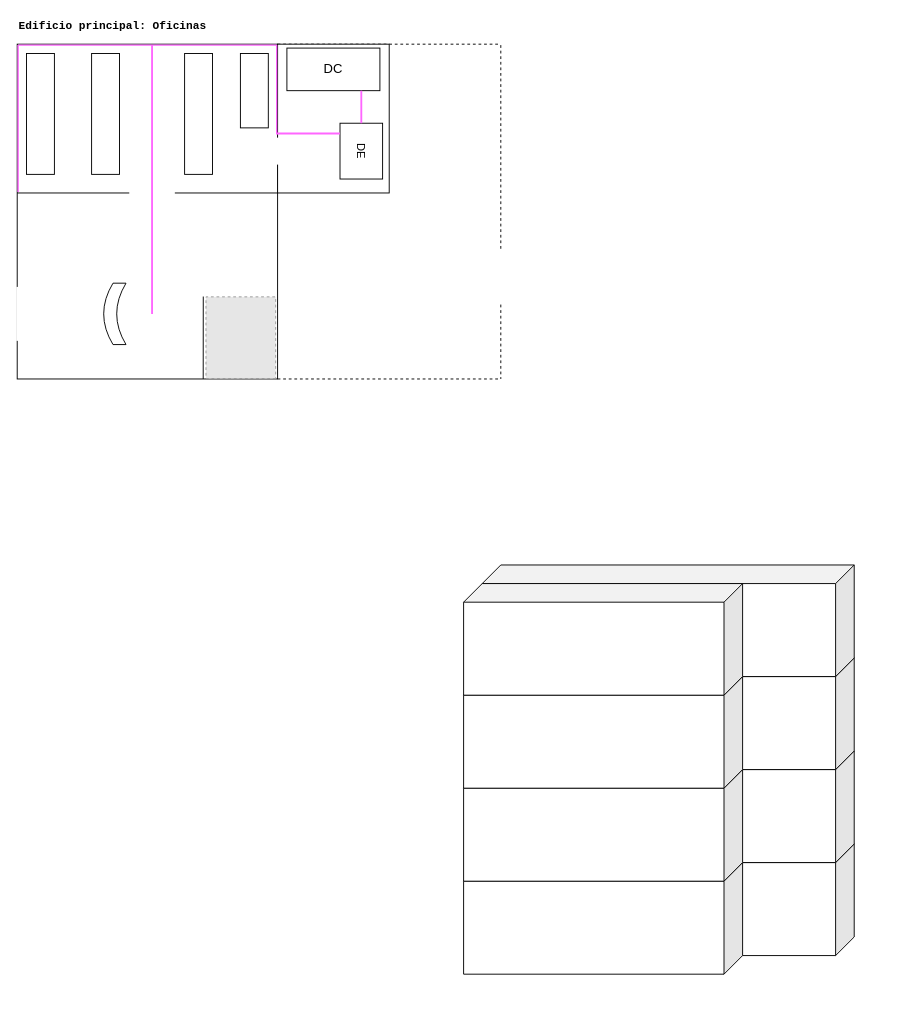
The draw.io diagram SMRL_Detalle_Edificio_Principal.drawio in cnrxad/smrl-draw.io, before the edit. Source tidied: cells renumbered, new cells numbered last; positions are measured from the earlier drawing's top-left corner, leaving out a move shared by most shapes. Both pictures are drawn from the tidied source at 93%, with x=0, y=0 at pixel (7, 16). Pictures stored in the file or linked from it are replaced by grey dashed boxes.
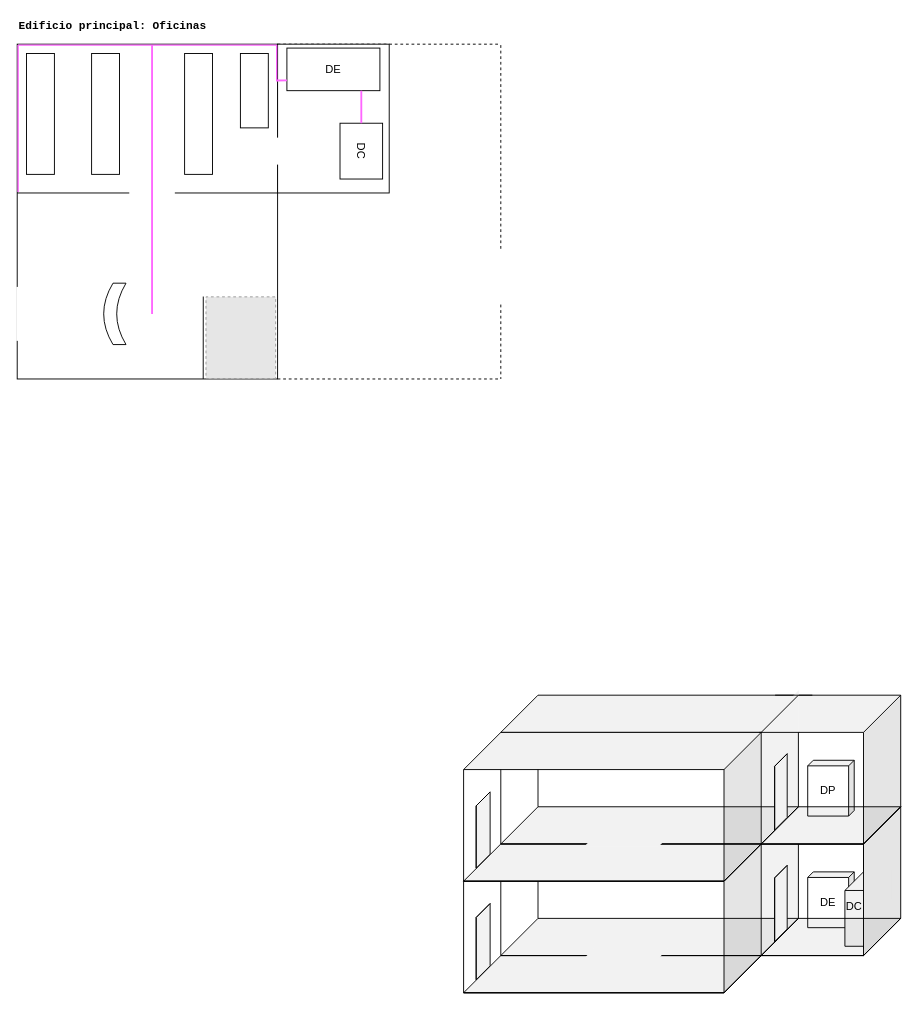
The same page after the edit.

Change to the diagram source:
```diff
@@
-    <mxCell id="2" style="shape=cube;whiteSpace=wrap;html=1;boundedLbl=1;backgroundOutline=1;darkOpacity=0.05;darkOpacity2=0.1;size=20;direction=east;flipV=0;flipH=1;" parent="1" vertex="1">
-      <mxGeometry x="510" y="890" width="400" height="120" as="geometry" />
+    <mxCell id="2" style="shape=cube;whiteSpace=wrap;html=1;boundedLbl=1;backgroundOutline=1;darkOpacity=0.05;darkOpacity2=0.1;size=40;direction=east;flipV=0;flipH=1;" parent="1" vertex="1">
+      <mxGeometry x="530" y="850" width="430" height="160" as="geometry" />
     </mxCell>
-    <mxCell id="3" style="shape=cube;whiteSpace=wrap;html=1;boundedLbl=1;backgroundOutline=1;darkOpacity=0.05;darkOpacity2=0.1;size=20;direction=east;flipV=0;flipH=1;" parent="1" vertex="1">
-      <mxGeometry x="510" y="790" width="400" height="120" as="geometry" />
-    </mxCell>
-    <mxCell id="4" style="shape=cube;whiteSpace=wrap;html=1;boundedLbl=1;backgroundOutline=1;darkOpacity=0.05;darkOpacity2=0.1;size=20;direction=east;flipV=0;flipH=1;" parent="1" vertex="1">
-      <mxGeometry x="510" y="690" width="400" height="120" as="geometry" />
-    </mxCell>
+    <mxCell id="37" style="shape=cube;whiteSpace=wrap;html=1;boundedLbl=1;backgroundOutline=1;darkOpacity=0.05;darkOpacity2=0.1;size=40;direction=west;flipV=0;flipH=0;fillColor=default;rotation=-90;convertToSvg=0;labelBorderColor=none;labelBackgroundColor=none;strokeColor=none;" parent="1" vertex="1">
+      <mxGeometry x="747.5" y="907.5" width="166" height="40" as="geometry" />
+    </mxCell>
+    <mxCell id="38" value="DE" style="shape=cube;whiteSpace=wrap;html=1;boundedLbl=1;backgroundOutline=1;darkOpacity=0.05;darkOpacity2=0.1;flipH=1;size=6;convertToSvg=0;textShadow=0;" parent="1" vertex="1">
+      <mxGeometry x="860" y="920" width="50" height="60" as="geometry" />
+    </mxCell>
+    <mxCell id="39" style="rounded=0;whiteSpace=wrap;html=1;fillColor=#F2F2F2;strokeColor=none;" parent="1" vertex="1">
+      <mxGeometry x="900" y="940" width="20" height="60" as="geometry" />
+    </mxCell>
+    <mxCell id="40" style="shape=cube;whiteSpace=wrap;html=1;boundedLbl=1;backgroundOutline=1;darkOpacity=0.05;darkOpacity2=0.1;flipH=1;size=30;convertToSvg=0;textShadow=0;fillColor=default;strokeColor=none;" parent="1" vertex="1">
+      <mxGeometry x="900" y="920" width="40" height="20" as="geometry" />
+    </mxCell>
+    <mxCell id="41" style="rounded=0;whiteSpace=wrap;html=1;fillColor=#E5E5E5;strokeColor=none;" parent="1" vertex="1">
+      <mxGeometry x="920" y="917.5" width="30" height="32.5" as="geometry" />
+    </mxCell>
@@
-    <mxCell id="12" value="&lt;font style=&quot;font-size: 14px;&quot;&gt;DC&lt;/font&gt;" style="rounded=0;whiteSpace=wrap;html=1;glass=0;shadow=0;" parent="1" vertex="1">
+    <mxCell id="12" value="DE" style="rounded=0;whiteSpace=wrap;html=1;glass=0;shadow=0;" parent="1" vertex="1">
       <mxGeometry x="300" y="34.2" width="100" height="45.8" as="geometry" />
     </mxCell>
     <mxCell id="13" style="endArrow=none;html=1;rounded=0;strokeColor=light-dark(#FF66FF,#FF66FF);strokeWidth=1.5;" parent="1" edge="1">
       <mxGeometry relative="1" as="geometry">
         <mxPoint x="289" y="31" as="sourcePoint" />
-        <mxPoint x="289" y="127" as="targetPoint" />
+        <mxPoint x="289" y="70" as="targetPoint" />
       </mxGeometry>
     </mxCell>
@@
-    <mxCell id="23" value="DE" style="rounded=0;whiteSpace=wrap;html=1;glass=0;shadow=0;rotation=90;" parent="1" vertex="1">
+    <mxCell id="23" value="DC" style="rounded=0;whiteSpace=wrap;html=1;glass=0;shadow=0;rotation=90;" parent="1" vertex="1">
       <mxGeometry x="350" y="122.1" width="60" height="45.8" as="geometry" />
     </mxCell>
@@
     <mxCell id="31" style="endArrow=none;html=1;rounded=0;strokeColor=light-dark(#FF66FF,#FF66FF);endSize=6;startSize=6;sourcePerimeterSpacing=0;strokeWidth=2;" parent="1" edge="1">
       <mxGeometry relative="1" as="geometry">
-        <mxPoint x="289" y="126.1" as="sourcePoint" />
-        <mxPoint x="357" y="126" as="targetPoint" />
+        <mxPoint x="289" y="69.1" as="sourcePoint" />
+        <mxPoint x="300" y="69" as="targetPoint" />
       </mxGeometry>
     </mxCell>
-    <mxCell id="32" style="shape=cube;whiteSpace=wrap;html=1;boundedLbl=1;backgroundOutline=1;darkOpacity=0.05;darkOpacity2=0.1;size=20;direction=east;flipV=0;flipH=1;" parent="1" vertex="1">
-      <mxGeometry x="490" y="910" width="300" height="120" as="geometry" />
+    <mxCell id="32" style="shape=cube;whiteSpace=wrap;html=1;boundedLbl=1;backgroundOutline=1;darkOpacity=0.05;darkOpacity2=0.1;size=40;direction=east;flipV=0;flipH=1;" parent="1" vertex="1">
+      <mxGeometry x="490" y="890" width="320" height="160" as="geometry" />
     </mxCell>
-    <mxCell id="33" style="shape=cube;whiteSpace=wrap;html=1;boundedLbl=1;backgroundOutline=1;darkOpacity=0.05;darkOpacity2=0.1;size=20;direction=east;flipV=0;flipH=1;" parent="1" vertex="1">
-      <mxGeometry x="490" y="810" width="300" height="120" as="geometry" />
-    </mxCell>
-    <mxCell id="34" style="shape=cube;whiteSpace=wrap;html=1;boundedLbl=1;backgroundOutline=1;darkOpacity=0.05;darkOpacity2=0.1;size=20;direction=east;flipV=0;flipH=1;" parent="1" vertex="1">
-      <mxGeometry x="490" y="710" width="300" height="120" as="geometry" />
-    </mxCell>
-    <mxCell id="35" style="shape=cube;whiteSpace=wrap;html=1;boundedLbl=1;backgroundOutline=1;darkOpacity=0.05;darkOpacity2=0.1;size=20;direction=east;flipV=0;flipH=1;" parent="1" vertex="1">
-      <mxGeometry x="510" y="590" width="400" height="120" as="geometry" />
-    </mxCell>
-    <mxCell id="36" style="shape=cube;whiteSpace=wrap;html=1;boundedLbl=1;backgroundOutline=1;darkOpacity=0.05;darkOpacity2=0.1;size=20;direction=east;flipV=0;flipH=1;" parent="1" vertex="1">
-      <mxGeometry x="490" y="610" width="300" height="120" as="geometry" />
-    </mxCell>
+    <mxCell id="42" style="shape=cube;whiteSpace=wrap;html=1;boundedLbl=1;backgroundOutline=1;darkOpacity=0.05;darkOpacity2=0.1;size=40;direction=east;flipV=0;flipH=1;fillColor=none;strokeColor=default;" parent="1" vertex="1">
+      <mxGeometry x="490" y="1010" width="320" height="40" as="geometry" />
+    </mxCell>
+    <mxCell id="43" style="shape=cube;whiteSpace=wrap;html=1;boundedLbl=1;backgroundOutline=1;darkOpacity=0.05;darkOpacity2=0.1;size=40;direction=east;flipV=0;flipH=1;fillColor=none;strokeColor=default;" parent="1" vertex="1">
+      <mxGeometry x="530" y="970" width="320" height="40" as="geometry" />
+    </mxCell>
+    <mxCell id="44" style="endArrow=none;html=1;rounded=0;entryX=0.875;entryY=0.25;entryDx=0;entryDy=0;entryPerimeter=0;" parent="1" edge="1" target="32">
+      <mxGeometry relative="1" as="geometry">
+        <mxPoint x="530" y="1010" as="sourcePoint" />
+      </mxGeometry>
+    </mxCell>
+    <mxCell id="45" style="endArrow=none;html=1;rounded=0;entryX=0.75;entryY=0.25;entryDx=0;entryDy=0;entryPerimeter=0;" parent="1" edge="1" target="32">
+      <mxGeometry relative="1" as="geometry">
+        <mxPoint x="570" y="970" as="sourcePoint" />
+      </mxGeometry>
+    </mxCell>
+    <mxCell id="46" style="endArrow=none;html=1;rounded=0;" parent="1" edge="1">
+      <mxGeometry relative="1" as="geometry">
+        <mxPoint x="850" y="970" as="sourcePoint" />
+        <mxPoint x="850" y="890" as="targetPoint" />
+      </mxGeometry>
+    </mxCell>
+    <mxCell id="47" style="shape=cube;whiteSpace=wrap;html=1;boundedLbl=1;backgroundOutline=1;darkOpacity=0.05;darkOpacity2=0.1;size=40;direction=east;flipV=0;flipH=1;fillColor=none;" parent="1" vertex="1">
+      <mxGeometry x="810" y="970" width="150" height="40" as="geometry" />
+    </mxCell>
+    <mxCell id="48" style="endArrow=none;html=1;rounded=0;" parent="1" edge="1">
+      <mxGeometry relative="1" as="geometry">
+        <mxPoint x="825" y="850" as="sourcePoint" />
+        <mxPoint x="865" y="850" as="targetPoint" />
+      </mxGeometry>
+    </mxCell>
+    <mxCell id="49" style="endArrow=none;html=1;rounded=0;" parent="1" edge="1">
+      <mxGeometry relative="1" as="geometry">
+        <mxPoint x="810" y="890" as="sourcePoint" />
+        <mxPoint x="850" y="850" as="targetPoint" />
+      </mxGeometry>
+    </mxCell>
+    <mxCell id="50" style="endArrow=none;html=1;rounded=0;" parent="1" edge="1">
+      <mxGeometry relative="1" as="geometry">
+        <mxPoint x="851" y="890" as="sourcePoint" />
+        <mxPoint x="808" y="890" as="targetPoint" />
+      </mxGeometry>
+    </mxCell>
+    <mxCell id="51" style="shape=cube;whiteSpace=wrap;html=1;boundedLbl=1;backgroundOutline=1;darkOpacity=0.05;darkOpacity2=0.1;size=40;direction=west;flipV=0;flipH=0;fillColor=default;rotation=-90;convertToSvg=0;labelBorderColor=none;labelBackgroundColor=none;strokeColor=default;" parent="1" vertex="1">
+      <mxGeometry x="470" y="987.5" width="82" height="15" as="geometry" />
+    </mxCell>
+    <mxCell id="52" style="shape=cube;whiteSpace=wrap;html=1;boundedLbl=1;backgroundOutline=1;darkOpacity=0.05;darkOpacity2=0.1;size=40;direction=west;flipV=0;flipH=0;fillColor=default;rotation=-90;convertToSvg=0;labelBorderColor=none;labelBackgroundColor=none;strokeColor=default;" parent="1" vertex="1">
+      <mxGeometry x="790.2" y="947.2" width="82" height="13.5" as="geometry" />
+    </mxCell>
+    <mxCell id="53" style="shape=cube;whiteSpace=wrap;html=1;boundedLbl=1;backgroundOutline=1;darkOpacity=0.05;darkOpacity2=0.1;size=40;direction=east;flipV=0;flipH=1;fillColor=default;strokeColor=none;fillStyle=solid;gradientColor=none;shadow=0;" parent="1" vertex="1">
+      <mxGeometry x="620" y="1002.5" width="90" height="10" as="geometry" />
+    </mxCell>
+    <mxCell id="54" style="group;" parent="1" vertex="1">
+      <mxGeometry x="900" y="920" width="40" height="80" as="geometry" />
+    </mxCell>
+    <mxCell id="55" style="endArrow=none;html=1;rounded=0;" parent="54" edge="1">
+      <mxGeometry relative="1" as="geometry">
+        <mxPoint y="20" as="sourcePoint" />
+        <mxPoint x="20" as="targetPoint" />
+      </mxGeometry>
+    </mxCell>
+    <mxCell id="56" style="endArrow=none;html=1;rounded=0;" parent="54" edge="1">
+      <mxGeometry relative="1" as="geometry">
+        <mxPoint y="80" as="sourcePoint" />
+        <mxPoint y="20" as="targetPoint" />
+      </mxGeometry>
+    </mxCell>
+    <mxCell id="57" style="endArrow=none;html=1;rounded=0;" parent="54" edge="1">
+      <mxGeometry relative="1" as="geometry">
+        <mxPoint y="20" as="sourcePoint" />
+        <mxPoint x="20" y="20" as="targetPoint" />
+      </mxGeometry>
+    </mxCell>
+    <mxCell id="58" style="endArrow=none;html=1;rounded=0;" parent="54" edge="1">
+      <mxGeometry relative="1" as="geometry">
+        <mxPoint y="80" as="sourcePoint" />
+        <mxPoint x="20" y="80" as="targetPoint" />
+      </mxGeometry>
+    </mxCell>
+    <mxCell id="59" value="DC" style="text;html=1;whiteSpace=wrap;strokeColor=none;fillColor=none;align=center;verticalAlign=middle;rounded=0;" parent="54" vertex="1">
+      <mxGeometry x="-20" y="23" width="60" height="30" as="geometry" />
+    </mxCell>
+    <mxCell id="60" style="endArrow=none;html=1;rounded=0;exitX=0;exitY=0;exitDx=40;exitDy=40;exitPerimeter=0;" parent="1" edge="1">
+      <mxGeometry relative="1" as="geometry">
+        <mxPoint x="920" y="1002.5" as="sourcePoint" />
+        <mxPoint x="920" y="892.5" as="targetPoint" />
+      </mxGeometry>
+    </mxCell>
+    <mxCell id="61" style="shape=cube;whiteSpace=wrap;html=1;boundedLbl=1;backgroundOutline=1;darkOpacity=0.05;darkOpacity2=0.1;size=40;direction=east;flipV=0;flipH=1;" parent="1" vertex="1">
+      <mxGeometry x="530" y="730" width="430" height="160" as="geometry" />
+    </mxCell>
+    <mxCell id="62" style="shape=cube;whiteSpace=wrap;html=1;boundedLbl=1;backgroundOutline=1;darkOpacity=0.05;darkOpacity2=0.1;size=40;direction=west;flipV=0;flipH=0;fillColor=default;rotation=-90;convertToSvg=0;labelBorderColor=none;labelBackgroundColor=none;strokeColor=none;" parent="1" vertex="1">
+      <mxGeometry x="747.5" y="787.5" width="166" height="40" as="geometry" />
+    </mxCell>
+    <mxCell id="63" value="&lt;div&gt;DP&lt;/div&gt;" style="shape=cube;whiteSpace=wrap;html=1;boundedLbl=1;backgroundOutline=1;darkOpacity=0.05;darkOpacity2=0.1;flipH=1;size=6;convertToSvg=0;textShadow=0;" parent="1" vertex="1">
+      <mxGeometry x="860" y="800" width="50" height="60" as="geometry" />
+    </mxCell>
+    <mxCell id="64" style="shape=cube;whiteSpace=wrap;html=1;boundedLbl=1;backgroundOutline=1;darkOpacity=0.05;darkOpacity2=0.1;size=40;direction=east;flipV=0;flipH=1;" parent="1" vertex="1">
+      <mxGeometry x="490" y="770" width="320" height="160" as="geometry" />
+    </mxCell>
+    <mxCell id="65" style="shape=cube;whiteSpace=wrap;html=1;boundedLbl=1;backgroundOutline=1;darkOpacity=0.05;darkOpacity2=0.1;size=40;direction=east;flipV=0;flipH=1;fillColor=none;strokeColor=default;" parent="1" vertex="1">
+      <mxGeometry x="490" y="890" width="320" height="40" as="geometry" />
+    </mxCell>
+    <mxCell id="66" style="shape=cube;whiteSpace=wrap;html=1;boundedLbl=1;backgroundOutline=1;darkOpacity=0.05;darkOpacity2=0.1;size=40;direction=east;flipV=0;flipH=1;fillColor=none;strokeColor=default;" parent="1" vertex="1">
+      <mxGeometry x="530" y="850" width="320" height="40" as="geometry" />
+    </mxCell>
+    <mxCell id="67" style="endArrow=none;html=1;rounded=0;entryX=0.875;entryY=0.25;entryDx=0;entryDy=0;entryPerimeter=0;" parent="1" edge="1" target="64">
+      <mxGeometry relative="1" as="geometry">
+        <mxPoint x="530" y="890" as="sourcePoint" />
+      </mxGeometry>
+    </mxCell>
+    <mxCell id="68" style="endArrow=none;html=1;rounded=0;entryX=0.75;entryY=0.25;entryDx=0;entryDy=0;entryPerimeter=0;" parent="1" edge="1" target="64">
+      <mxGeometry relative="1" as="geometry">
+        <mxPoint x="570" y="850" as="sourcePoint" />
+      </mxGeometry>
+    </mxCell>
+    <mxCell id="69" style="endArrow=none;html=1;rounded=0;" parent="1" edge="1">
+      <mxGeometry relative="1" as="geometry">
+        <mxPoint x="850" y="850" as="sourcePoint" />
+        <mxPoint x="850" y="770" as="targetPoint" />
+      </mxGeometry>
+    </mxCell>
+    <mxCell id="70" style="shape=cube;whiteSpace=wrap;html=1;boundedLbl=1;backgroundOutline=1;darkOpacity=0.05;darkOpacity2=0.1;size=40;direction=east;flipV=0;flipH=1;fillColor=none;" parent="1" vertex="1">
+      <mxGeometry x="810" y="850" width="150" height="40" as="geometry" />
+    </mxCell>
+    <mxCell id="71" style="endArrow=none;html=1;rounded=0;" parent="1" edge="1">
+      <mxGeometry relative="1" as="geometry">
+        <mxPoint x="825" y="730" as="sourcePoint" />
+        <mxPoint x="865" y="730" as="targetPoint" />
+      </mxGeometry>
+    </mxCell>
+    <mxCell id="72" style="endArrow=none;html=1;rounded=0;" parent="1" edge="1">
+      <mxGeometry relative="1" as="geometry">
+        <mxPoint x="810" y="770" as="sourcePoint" />
+        <mxPoint x="850" y="730" as="targetPoint" />
+      </mxGeometry>
+    </mxCell>
+    <mxCell id="73" style="endArrow=none;html=1;rounded=0;" parent="1" edge="1">
+      <mxGeometry relative="1" as="geometry">
+        <mxPoint x="851" y="770" as="sourcePoint" />
+        <mxPoint x="808" y="770" as="targetPoint" />
+      </mxGeometry>
+    </mxCell>
+    <mxCell id="74" style="shape=cube;whiteSpace=wrap;html=1;boundedLbl=1;backgroundOutline=1;darkOpacity=0.05;darkOpacity2=0.1;size=40;direction=west;flipV=0;flipH=0;fillColor=default;rotation=-90;convertToSvg=0;labelBorderColor=none;labelBackgroundColor=none;strokeColor=default;" parent="1" vertex="1">
+      <mxGeometry x="470" y="867.5" width="82" height="15" as="geometry" />
+    </mxCell>
+    <mxCell id="75" style="shape=cube;whiteSpace=wrap;html=1;boundedLbl=1;backgroundOutline=1;darkOpacity=0.05;darkOpacity2=0.1;size=40;direction=west;flipV=0;flipH=0;fillColor=default;rotation=-90;convertToSvg=0;labelBorderColor=none;labelBackgroundColor=none;strokeColor=default;" parent="1" vertex="1">
+      <mxGeometry x="790.2" y="827.2" width="82" height="13.5" as="geometry" />
+    </mxCell>
+    <mxCell id="76" style="shape=cube;whiteSpace=wrap;html=1;boundedLbl=1;backgroundOutline=1;darkOpacity=0.05;darkOpacity2=0.1;size=40;direction=east;flipV=0;flipH=1;fillColor=default;strokeColor=none;fillStyle=solid;gradientColor=none;shadow=0;" parent="1" vertex="1">
+      <mxGeometry x="620" y="882.5" width="90" height="10" as="geometry" />
+    </mxCell>
```
